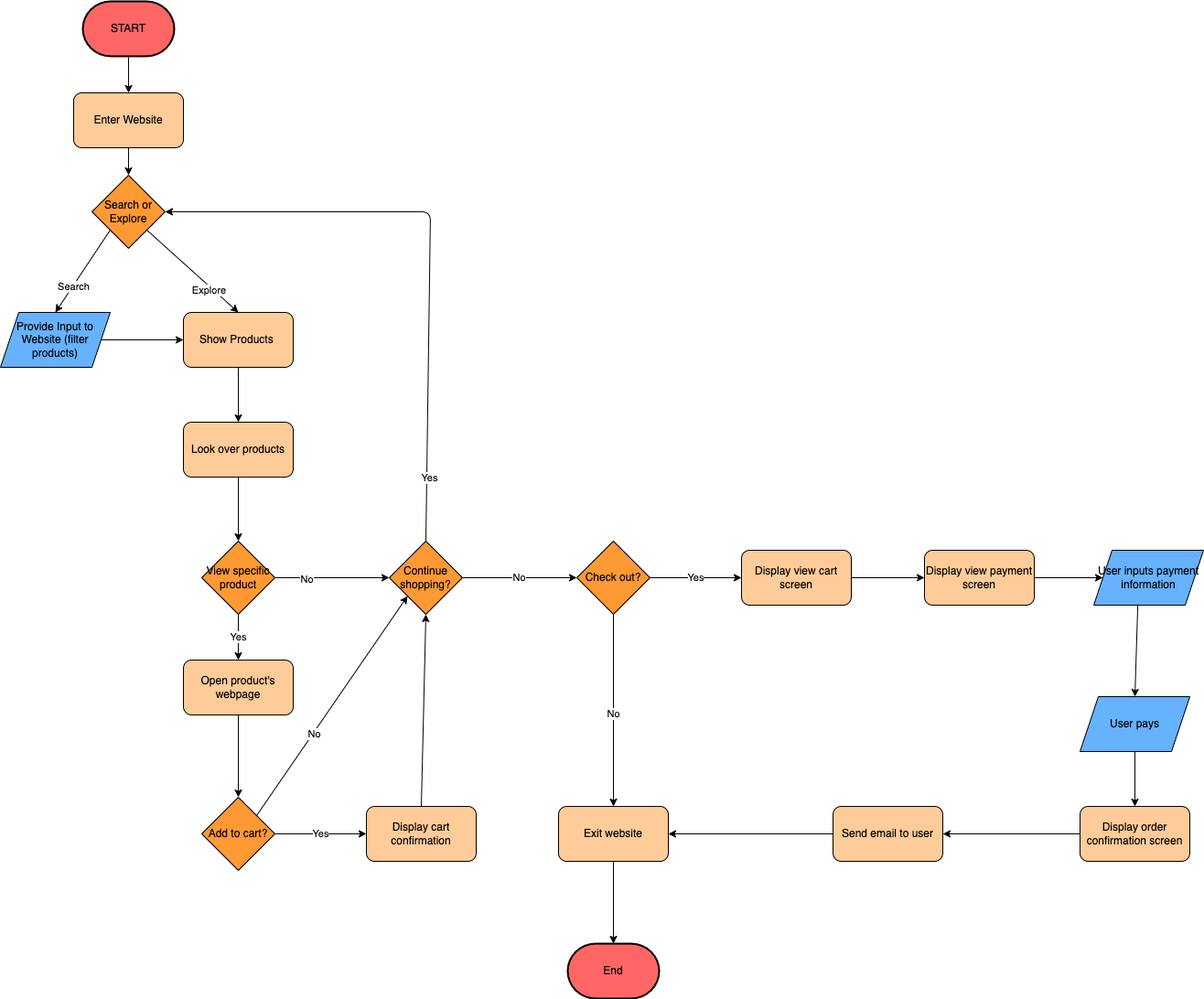
Earlier version of the draw.io export explore/diagramming/diagram.drawio.png (ohuynh21/sp23-cse110-lab4). Source tidied: cells renumbered, new cells last; positions are measured from the earlier drawing's top-left corner, leaving out a move shared by most shapes.
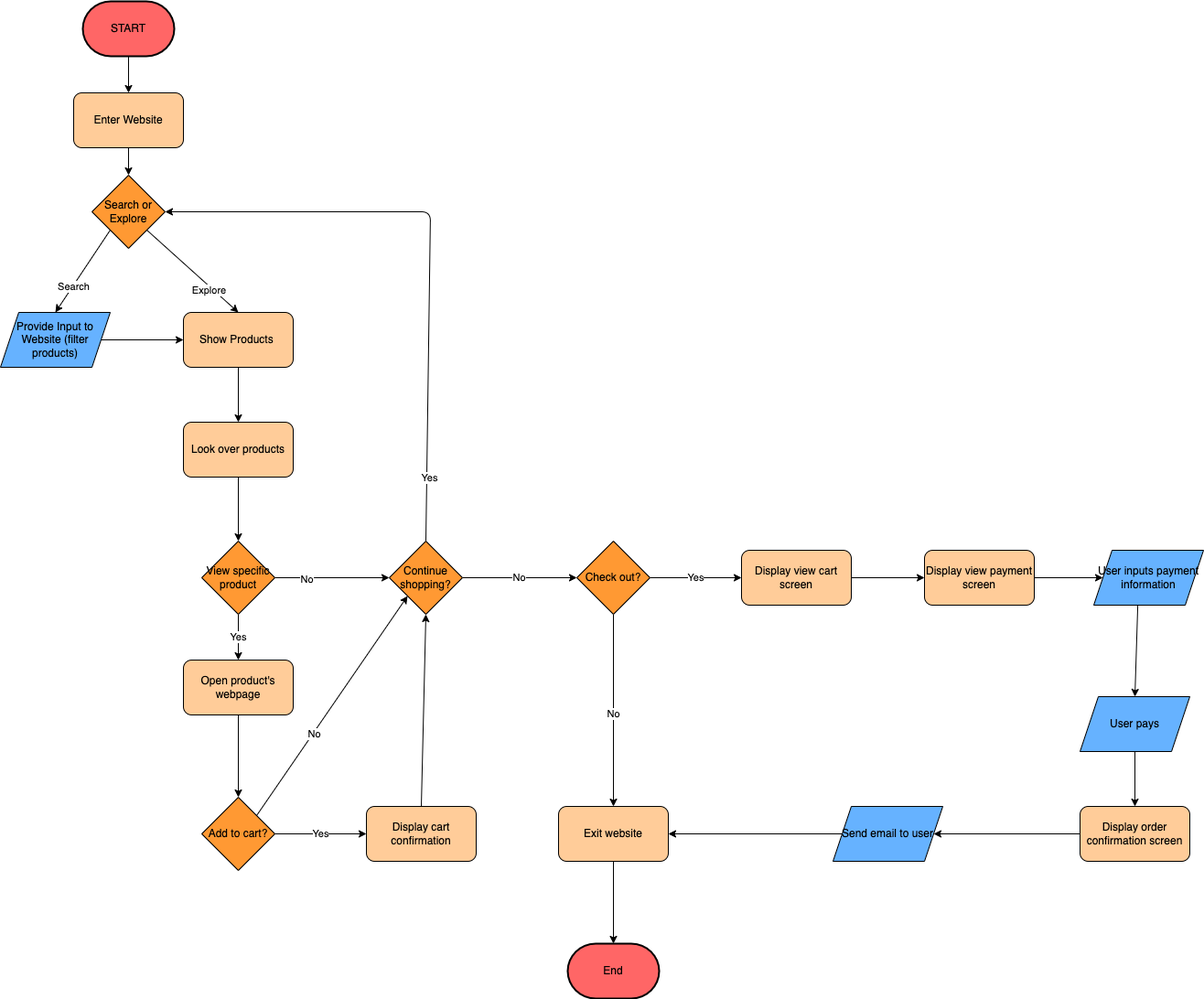
The same file after the commit.

Diff of the diagram source:
```diff
@@ -154,10 +154,10 @@
     <mxCell id="49" value="Display order confirmation screen" style="rounded=1;whiteSpace=wrap;html=1;fillColor=#FFCC99;" parent="1" vertex="1">
       <mxGeometry x="1180" y="880" width="120" height="60" as="geometry" />
     </mxCell>
-    <mxCell id="50" style="edgeStyle=none;html=1;entryX=1;entryY=0.5;entryDx=0;entryDy=0;" parent="1" edge="1" source="51" target="39">
+    <mxCell id="50" style="edgeStyle=none;html=1;entryX=1;entryY=0.5;entryDx=0;entryDy=0;exitX=0;exitY=0.5;exitDx=0;exitDy=0;" parent="1" edge="1" source="51" target="39">
       <mxGeometry relative="1" as="geometry" />
     </mxCell>
-    <mxCell id="51" value="Send email to user" style="rounded=1;whiteSpace=wrap;html=1;fillColor=#FFCC99;" parent="1" vertex="1">
+    <mxCell id="51" value="Send email to user" style="shape=parallelogram;perimeter=parallelogramPerimeter;whiteSpace=wrap;html=1;fixedSize=1;fillColor=#66B2FF;" parent="1" vertex="1">
       <mxGeometry x="910" y="880" width="120" height="60" as="geometry" />
     </mxCell>
   </root>
```
